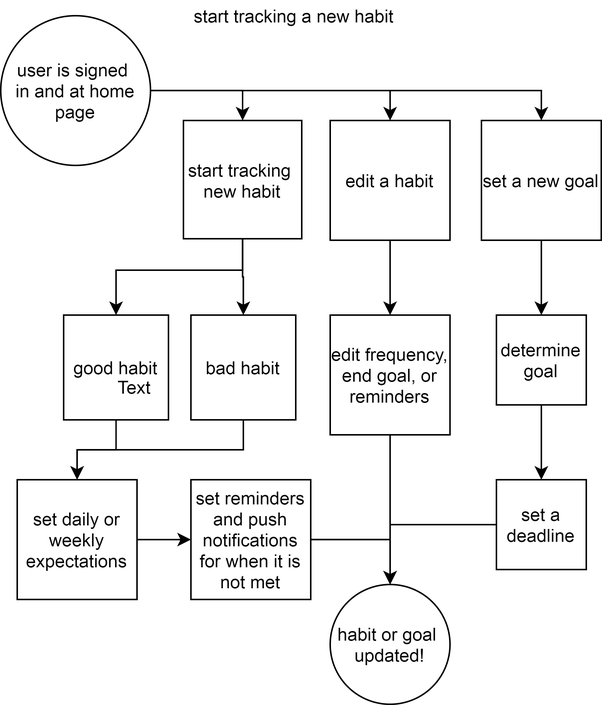
This is images/yir/userflow_newhabit.png from jesykaness/jesykaness.github.io, a draw.io export, as it was before one commit. Source tidied: cells renumbered, new cells last; positions are measured from the earlier drawing's top-left corner, leaving out a move shared by most shapes.
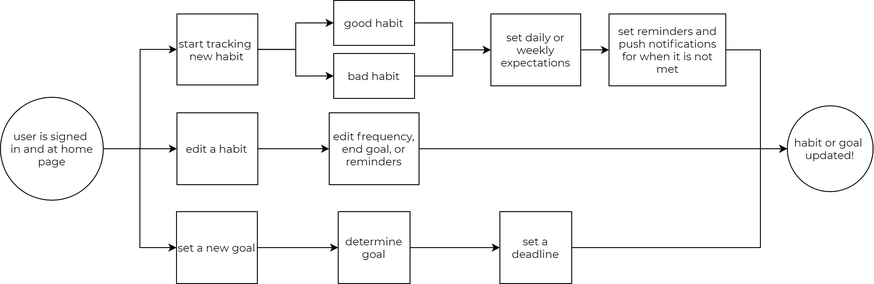
The same file after the commit.

The edit, as a diff of the source:
```diff
@@ -2,103 +2,93 @@
   <root>
     <mxCell id="0" />
     <mxCell id="1" parent="0" />
-    <mxCell id="2" value="start tracking a new habit" style="text;html=1;strokeColor=none;fillColor=none;align=center;verticalAlign=middle;whiteSpace=wrap;rounded=0;" parent="1" vertex="1">
-      <mxGeometry x="11" width="370" height="20" as="geometry" />
+    <mxCell id="2" style="edgeStyle=orthogonalEdgeStyle;rounded=0;jettySize=auto;html=1;entryX=0;entryY=0.5;entryDx=0;entryDy=0;labelBackgroundColor=none;fontFamily=Montserrat;" parent="1" edge="1" source="5" target="23">
+      <mxGeometry relative="1" as="geometry" />
     </mxCell>
-    <mxCell id="3" style="edgeStyle=orthogonalEdgeStyle;rounded=0;jettySize=auto;html=1;entryX=0.5;entryY=0;entryDx=0;entryDy=0;" parent="1" edge="1" source="6" target="25">
+    <mxCell id="3" style="edgeStyle=orthogonalEdgeStyle;rounded=0;jettySize=auto;html=1;entryX=0;entryY=0.5;entryDx=0;entryDy=0;labelBackgroundColor=none;fontFamily=Montserrat;" parent="1" edge="1" source="5" target="25">
       <mxGeometry relative="1" as="geometry" />
     </mxCell>
-    <mxCell id="4" style="edgeStyle=orthogonalEdgeStyle;rounded=0;jettySize=auto;html=1;entryX=0.5;entryY=0;entryDx=0;entryDy=0;" parent="1" edge="1" source="6" target="27">
+    <mxCell id="4" style="edgeStyle=orthogonalEdgeStyle;rounded=0;jettySize=auto;html=1;entryX=0;entryY=0.5;entryDx=0;entryDy=0;labelBackgroundColor=none;fontFamily=Montserrat;" parent="1" edge="1" source="5" target="27">
       <mxGeometry relative="1" as="geometry" />
     </mxCell>
-    <mxCell id="5" style="edgeStyle=orthogonalEdgeStyle;rounded=0;jettySize=auto;html=1;entryX=0.5;entryY=0;entryDx=0;entryDy=0;" parent="1" edge="1" source="6" target="29">
-      <mxGeometry relative="1" as="geometry" />
+    <mxCell id="5" value="user is signed &lt;br&gt;in and at home page" style="ellipse;whiteSpace=wrap;html=1;labelBackgroundColor=none;fillColor=none;fontFamily=Montserrat;" parent="1" vertex="1">
+      <mxGeometry x="5" y="-2.2" width="114.5" height="114.5" as="geometry" />
     </mxCell>
-    <mxCell id="6" value="user is signed &lt;br&gt;in and at home page" style="ellipse;whiteSpace=wrap;html=1;" parent="1" vertex="1">
-      <mxGeometry y="10" width="100" height="100" as="geometry" />
+    <mxCell id="6" style="edgeStyle=orthogonalEdgeStyle;rounded=0;jettySize=auto;html=1;entryX=0;entryY=0.5;entryDx=0;entryDy=0;labelBackgroundColor=none;fontFamily=Montserrat;" parent="1" edge="1" source="7" target="11">
+      <mxGeometry relative="1" as="geometry" />
     </mxCell>
-    <mxCell id="7" style="edgeStyle=orthogonalEdgeStyle;rounded=0;jettySize=auto;html=1;" parent="1" edge="1" source="8" target="13">
-      <mxGeometry relative="1" as="geometry" />
+    <mxCell id="7" value="good habit" style="whiteSpace=wrap;html=1;labelBackgroundColor=none;fillColor=none;fontFamily=Montserrat;" parent="1" vertex="1">
+      <mxGeometry x="376" y="-110" width="90" height="50" as="geometry" />
     </mxCell>
-    <mxCell id="8" value="good habit" style="whiteSpace=wrap;html=1;" parent="1" vertex="1">
-      <mxGeometry x="42" y="210" width="70" height="70" as="geometry" />
+    <mxCell id="8" style="edgeStyle=orthogonalEdgeStyle;rounded=0;jettySize=auto;html=1;entryX=0;entryY=0.5;entryDx=0;entryDy=0;labelBackgroundColor=none;fontFamily=Montserrat;" parent="1" edge="1" source="9" target="11">
+      <mxGeometry relative="1" as="geometry" />
     </mxCell>
-    <mxCell id="9" value="Text" style="text;html=1;align=center;verticalAlign=middle;points=[];" parent="8" vertex="1">
-      <mxGeometry x="27" y="38" width="40" height="20" as="geometry" />
+    <mxCell id="9" value="bad habit" style="whiteSpace=wrap;html=1;labelBackgroundColor=none;fillColor=none;fontFamily=Montserrat;" parent="1" vertex="1">
+      <mxGeometry x="376" y="-51" width="90" height="50" as="geometry" />
     </mxCell>
-    <mxCell id="10" style="edgeStyle=orthogonalEdgeStyle;rounded=0;jettySize=auto;html=1;" parent="1" edge="1" source="11" target="13">
-      <mxGeometry relative="1" as="geometry">
-        <Array as="points">
-          <mxPoint x="162" y="300" />
-          <mxPoint x="51" y="300" />
-        </Array>
-      </mxGeometry>
+    <mxCell id="10" style="edgeStyle=orthogonalEdgeStyle;rounded=0;jettySize=auto;html=1;entryX=0;entryY=0.5;entryDx=0;entryDy=0;labelBackgroundColor=none;fontFamily=Montserrat;" parent="1" edge="1" source="11" target="13">
+      <mxGeometry relative="1" as="geometry" />
     </mxCell>
-    <mxCell id="11" value="bad habit" style="whiteSpace=wrap;html=1;" parent="1" vertex="1">
-      <mxGeometry x="127" y="210" width="70" height="70" as="geometry" />
+    <mxCell id="11" value="set daily or weekly expectations" style="whiteSpace=wrap;html=1;labelBackgroundColor=none;fillColor=none;fontFamily=Montserrat;" parent="1" vertex="1">
+      <mxGeometry x="551" y="-95" width="100" height="80" as="geometry" />
     </mxCell>
-    <mxCell id="12" style="edgeStyle=orthogonalEdgeStyle;rounded=0;jettySize=auto;html=1;" parent="1" edge="1" source="13" target="15">
-      <mxGeometry relative="1" as="geometry" />
+    <mxCell id="12" style="edgeStyle=orthogonalEdgeStyle;rounded=0;jettySize=auto;html=1;entryX=0;entryY=0.5;entryDx=0;entryDy=0;labelBackgroundColor=none;fontFamily=Montserrat;" parent="1" edge="1" source="13" target="20">
+      <mxGeometry relative="1" as="geometry">
+        <Array as="points">
+          <mxPoint x="851" y="-55" />
+          <mxPoint x="851" y="55" />
+        </Array>
+      </mxGeometry>
     </mxCell>
-    <mxCell id="13" value="set daily or weekly expectations" style="whiteSpace=wrap;html=1;" parent="1" vertex="1">
-      <mxGeometry x="11" y="320" width="80" height="80" as="geometry" />
+    <mxCell id="13" value="set reminders and push notifications for when it is not met" style="whiteSpace=wrap;html=1;labelBackgroundColor=none;fillColor=none;fontFamily=Montserrat;" parent="1" vertex="1">
+      <mxGeometry x="682.5" y="-95" width="130" height="80" as="geometry" />
     </mxCell>
-    <mxCell id="14" style="edgeStyle=orthogonalEdgeStyle;rounded=0;jettySize=auto;html=1;entryX=0.5;entryY=0;entryDx=0;entryDy=0;" parent="1" edge="1" source="15" target="22">
+    <mxCell id="14" style="edgeStyle=orthogonalEdgeStyle;rounded=0;jettySize=auto;html=1;labelBackgroundColor=none;fontFamily=Montserrat;" parent="1" edge="1" source="15" target="17">
       <mxGeometry relative="1" as="geometry" />
     </mxCell>
-    <mxCell id="15" value="set reminders and push notifications for when it is not met" style="whiteSpace=wrap;html=1;" parent="1" vertex="1">
-      <mxGeometry x="127" y="320" width="80" height="80" as="geometry" />
+    <mxCell id="15" value="determine goal" style="whiteSpace=wrap;html=1;labelBackgroundColor=none;fillColor=none;fontFamily=Montserrat;" parent="1" vertex="1">
+      <mxGeometry x="381" y="125" width="80" height="80" as="geometry" />
     </mxCell>
-    <mxCell id="16" style="edgeStyle=orthogonalEdgeStyle;rounded=0;jettySize=auto;html=1;entryX=0.5;entryY=0;entryDx=0;entryDy=0;" parent="1" edge="1" source="17" target="19">
-      <mxGeometry relative="1" as="geometry" />
+    <mxCell id="16" style="edgeStyle=orthogonalEdgeStyle;rounded=0;jettySize=auto;html=1;entryX=0;entryY=0.5;entryDx=0;entryDy=0;labelBackgroundColor=none;fontFamily=Montserrat;" parent="1" edge="1" source="17" target="20">
+      <mxGeometry relative="1" as="geometry">
+        <Array as="points">
+          <mxPoint x="851" y="165" />
+          <mxPoint x="851" y="55" />
+        </Array>
+      </mxGeometry>
     </mxCell>
-    <mxCell id="17" value="determine goal" style="whiteSpace=wrap;html=1;" parent="1" vertex="1">
-      <mxGeometry x="331" y="210" width="60" height="60" as="geometry" />
+    <mxCell id="17" value="set a deadline" style="whiteSpace=wrap;html=1;labelBackgroundColor=none;fillColor=none;fontFamily=Montserrat;" parent="1" vertex="1">
+      <mxGeometry x="561" y="125" width="80" height="80" as="geometry" />
     </mxCell>
-    <mxCell id="18" style="edgeStyle=orthogonalEdgeStyle;rounded=0;jettySize=auto;html=1;entryX=0.5;entryY=0;entryDx=0;entryDy=0;" parent="1" edge="1" source="19">
-      <mxGeometry relative="1" as="geometry">
-        <mxPoint x="260" y="390" as="targetPoint" />
-      </mxGeometry>
+    <mxCell id="18" style="edgeStyle=orthogonalEdgeStyle;rounded=0;jettySize=auto;html=1;entryX=0;entryY=0.5;entryDx=0;entryDy=0;labelBackgroundColor=none;fontFamily=Montserrat;" parent="1" edge="1" source="19" target="20">
+      <mxGeometry relative="1" as="geometry" />
     </mxCell>
-    <mxCell id="19" value="set a deadline" style="whiteSpace=wrap;html=1;" parent="1" vertex="1">
-      <mxGeometry x="331" y="320" width="60" height="60" as="geometry" />
+    <mxCell id="19" value="edit frequency, end goal, or reminders" style="whiteSpace=wrap;html=1;labelBackgroundColor=none;fillColor=none;fontFamily=Montserrat;" parent="1" vertex="1">
+      <mxGeometry x="371" y="15" width="100" height="80" as="geometry" />
     </mxCell>
-    <mxCell id="20" style="edgeStyle=orthogonalEdgeStyle;rounded=0;jettySize=auto;html=1;entryX=0.5;entryY=0;entryDx=0;entryDy=0;" parent="1" edge="1" source="21">
-      <mxGeometry relative="1" as="geometry">
-        <mxPoint x="260" y="390" as="targetPoint" />
-      </mxGeometry>
+    <mxCell id="20" value="&lt;span style=&quot;white-space: normal&quot;&gt;habit or goal&amp;nbsp;&lt;/span&gt;&lt;br style=&quot;white-space: normal&quot;&gt;&lt;span style=&quot;white-space: normal&quot;&gt;updated!&lt;/span&gt;" style="ellipse;whiteSpace=wrap;html=1;labelBackgroundColor=none;fillColor=none;fontFamily=Montserrat;" parent="1" vertex="1">
+      <mxGeometry x="881" y="7.2" width="95.5" height="95.5" as="geometry" />
     </mxCell>
-    <mxCell id="21" value="edit frequency, end goal, or reminders" style="whiteSpace=wrap;html=1;" parent="1" vertex="1">
-      <mxGeometry x="220" y="210" width="80" height="80" as="geometry" />
+    <mxCell id="21" style="edgeStyle=orthogonalEdgeStyle;rounded=0;jettySize=auto;html=1;entryX=0;entryY=0.5;entryDx=0;entryDy=0;labelBackgroundColor=none;fontFamily=Montserrat;" parent="1" edge="1" source="23" target="7">
+      <mxGeometry relative="1" as="geometry" />
     </mxCell>
-    <mxCell id="22" value="&lt;span style=&quot;white-space: normal&quot;&gt;habit or goal&amp;nbsp;&lt;/span&gt;&lt;br style=&quot;white-space: normal&quot;&gt;&lt;span style=&quot;white-space: normal&quot;&gt;updated!&lt;/span&gt;" style="ellipse;whiteSpace=wrap;html=1;" parent="1" vertex="1">
-      <mxGeometry x="220" y="390" width="80" height="80" as="geometry" />
+    <mxCell id="22" style="edgeStyle=orthogonalEdgeStyle;rounded=0;jettySize=auto;html=1;entryX=0;entryY=0.5;entryDx=0;entryDy=0;labelBackgroundColor=none;fontFamily=Montserrat;" parent="1" edge="1" source="23" target="9">
+      <mxGeometry relative="1" as="geometry" />
     </mxCell>
-    <mxCell id="23" style="edgeStyle=orthogonalEdgeStyle;rounded=0;jettySize=auto;html=1;" parent="1" edge="1" source="25" target="11">
-      <mxGeometry relative="1" as="geometry" />
+    <mxCell id="23" value="&lt;span style=&quot;white-space: normal&quot;&gt;start tracking&amp;nbsp;&lt;/span&gt;&lt;br style=&quot;white-space: normal&quot;&gt;&lt;span style=&quot;white-space: normal&quot;&gt;new habit&lt;/span&gt;" style="whiteSpace=wrap;html=1;labelBackgroundColor=none;fillColor=none;fontFamily=Montserrat;" parent="1" vertex="1">
+      <mxGeometry x="201.5" y="-95" width="90" height="79" as="geometry" />
     </mxCell>
-    <mxCell id="24" style="edgeStyle=orthogonalEdgeStyle;rounded=0;jettySize=auto;html=1;entryX=0.5;entryY=0;entryDx=0;entryDy=0;" parent="1" edge="1" source="25" target="8">
-      <mxGeometry relative="1" as="geometry">
-        <Array as="points">
-          <mxPoint x="162" y="180" />
-          <mxPoint x="77" y="180" />
-        </Array>
-      </mxGeometry>
+    <mxCell id="24" style="edgeStyle=orthogonalEdgeStyle;rounded=0;jettySize=auto;html=1;labelBackgroundColor=none;fontFamily=Montserrat;" parent="1" edge="1" source="25" target="19">
+      <mxGeometry relative="1" as="geometry" />
     </mxCell>
-    <mxCell id="25" value="&lt;span style=&quot;white-space: normal&quot;&gt;start tracking&amp;nbsp;&lt;/span&gt;&lt;br style=&quot;white-space: normal&quot;&gt;&lt;span style=&quot;white-space: normal&quot;&gt;new habit&lt;/span&gt;" style="whiteSpace=wrap;html=1;" parent="1" vertex="1">
-      <mxGeometry x="122" y="80" width="79" height="79" as="geometry" />
+    <mxCell id="25" value="edit a habit" style="whiteSpace=wrap;html=1;labelBackgroundColor=none;fillColor=none;fontFamily=Montserrat;" parent="1" vertex="1">
+      <mxGeometry x="201.5" y="15" width="90" height="80" as="geometry" />
     </mxCell>
-    <mxCell id="26" style="edgeStyle=orthogonalEdgeStyle;rounded=0;jettySize=auto;html=1;" parent="1" edge="1" source="27" target="21">
+    <mxCell id="26" style="edgeStyle=orthogonalEdgeStyle;rounded=0;jettySize=auto;html=1;labelBackgroundColor=none;fontFamily=Montserrat;" parent="1" edge="1" source="27" target="15">
       <mxGeometry relative="1" as="geometry" />
     </mxCell>
-    <mxCell id="27" value="edit a habit" style="whiteSpace=wrap;html=1;" parent="1" vertex="1">
-      <mxGeometry x="220" y="80" width="80" height="80" as="geometry" />
+    <mxCell id="27" value="set a new goal" style="whiteSpace=wrap;html=1;labelBackgroundColor=none;fillColor=none;fontFamily=Montserrat;" parent="1" vertex="1">
+      <mxGeometry x="201" y="125" width="90" height="80" as="geometry" />
     </mxCell>
-    <mxCell id="28" style="edgeStyle=orthogonalEdgeStyle;rounded=0;jettySize=auto;html=1;" parent="1" edge="1" source="29" target="17">
-      <mxGeometry relative="1" as="geometry" />
-    </mxCell>
-    <mxCell id="29" value="set a new goal" style="whiteSpace=wrap;html=1;" parent="1" vertex="1">
-      <mxGeometry x="321" y="80" width="80" height="80" as="geometry" />
-    </mxCell>
   </root>
 </mxGraphModel>
```
